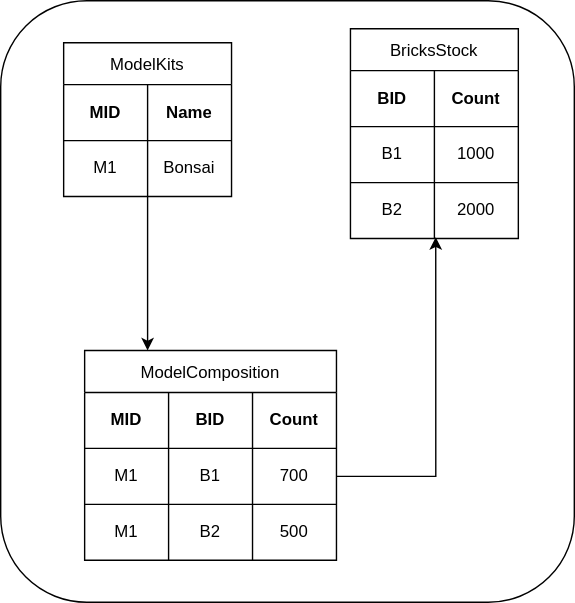
Before: public/static/ModelKits.svg, a diagram exported from draw.io (UP2039019/app_eng). Source tidied: cells renumbered, new cells last; positions are measured from the earlier drawing's top-left corner, leaving out a move shared by most shapes.
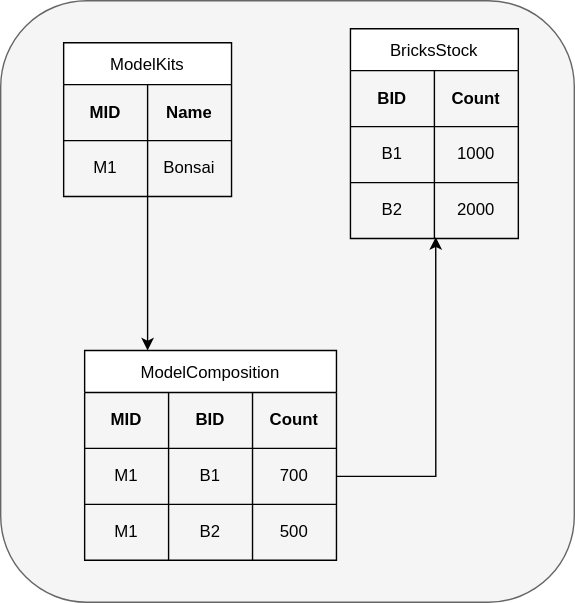
The same diagram one commit later.

Change to the diagram source:
```diff
@@ -2,7 +2,7 @@
   <root>
     <mxCell id="0" />
     <mxCell id="1" parent="0" />
-    <mxCell id="2" style="rounded=1;whiteSpace=wrap;html=1;fillColor=default;" parent="1" vertex="1">
+    <mxCell id="2" style="rounded=1;whiteSpace=wrap;html=1;fillColor=#f5f5f5;fontColor=#333333;strokeColor=#666666;" parent="1" vertex="1">
       <mxGeometry width="410" height="430" as="geometry" />
     </mxCell>
     <mxCell id="3" value="BricksStock" style="shape=table;startSize=30;fontStyle=0;align=center;" parent="1" vertex="1">
```
